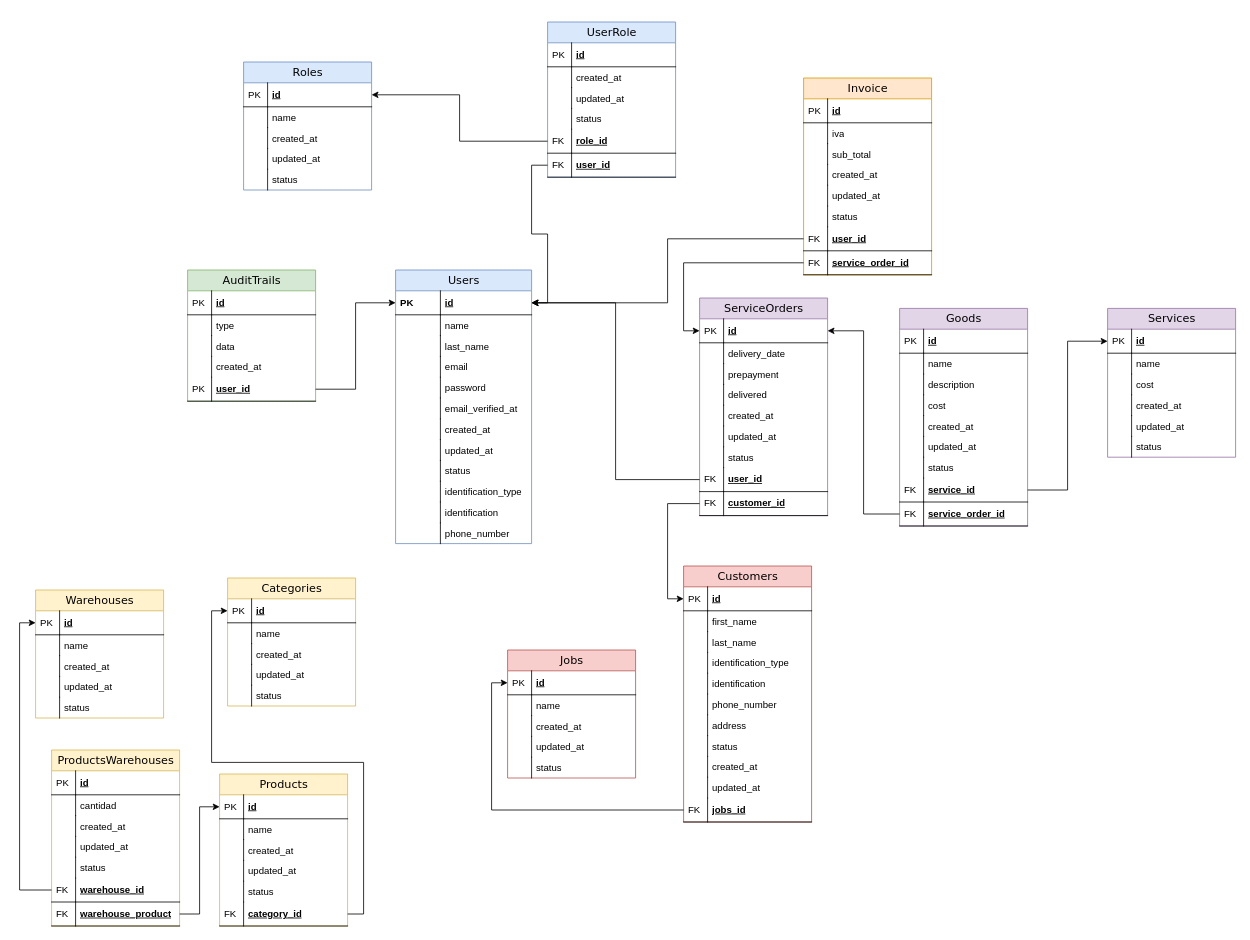
The draw.io diagram doc/diagrams/relational-diagram.drawio in Santym8/clean-lg, before the edit. Source tidied: cells renumbered, new cells numbered last; positions are measured from the earlier drawing's top-left corner, leaving out a move shared by most shapes. Both pictures are drawn from the tidied source at 80%, with x=0, y=0 at pixel (35, 22).
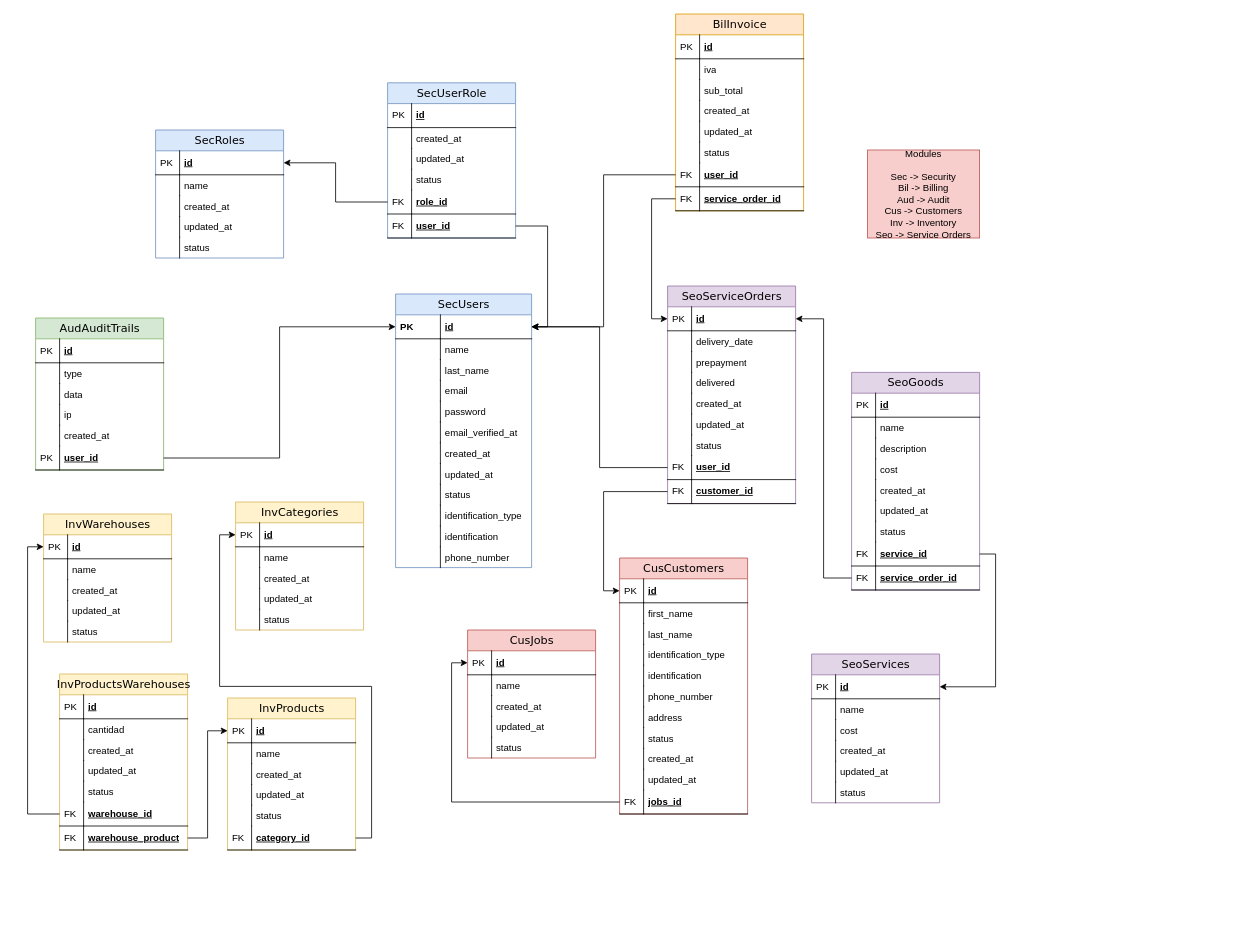
The same page after the edit.

Commit message (it also covers changes not shown here):
Correcion diagrama base de datos

The change refers to these unchanged cells:
```xml
<mxCell id="3" value="id" style="shape=partialRectangle;top=0;left=0;right=0;bottom=1;html=1;align=left;verticalAlign=middle;fillColor=none;spacingLeft=60;spacingRight=4;whiteSpace=wrap;overflow=hidden;points=[[0,0.5],[1,0.5]];portConstraint=eastwest;fontStyle=5;" parent="2" vertex="1">
  <mxGeometry y="26" width="170" height="30" as="geometry" />
</mxCell>
<mxCell id="149" value="user_id" style="shape=partialRectangle;top=0;left=0;right=0;bottom=1;html=1;align=left;verticalAlign=middle;fillColor=none;spacingLeft=34;spacingRight=4;whiteSpace=wrap;overflow=hidden;points=[[0,0.5],[1,0.5]];portConstraint=eastwest;fontStyle=5;" parent="138" vertex="1">
  <mxGeometry y="164" width="160" height="30" as="geometry" />
</mxCell>
<mxCell id="154" value="id" style="shape=partialRectangle;top=0;left=0;right=0;bottom=1;html=1;align=left;verticalAlign=middle;fillColor=none;spacingLeft=34;spacingRight=4;whiteSpace=wrap;overflow=hidden;points=[[0,0.5],[1,0.5]];portConstraint=eastwest;fontStyle=5;" parent="153" vertex="1">
  <mxGeometry y="26" width="160" height="30" as="geometry" />
</mxCell>
<mxCell id="181" value="service_id" style="shape=partialRectangle;top=0;left=0;right=0;bottom=1;html=1;align=left;verticalAlign=middle;fillColor=none;spacingLeft=34;spacingRight=4;whiteSpace=wrap;overflow=hidden;points=[[0,0.5],[1,0.5]];portConstraint=eastwest;fontStyle=5;" parent="166" vertex="1">
  <mxGeometry y="212" width="160" height="30" as="geometry" />
</mxCell>
```

Diff of the diagram source:
```diff
@@
-    <mxCell id="2" value="Users" style="swimlane;html=1;fontStyle=0;horizontal=1;startSize=26;fillColor=#dae8fc;swimlaneFillColor=#ffffff;align=center;rounded=0;shadow=0;comic=0;labelBackgroundColor=none;strokeWidth=1;fontFamily=Verdana;fontSize=14;strokeColor=#6c8ebf;" parent="1" vertex="1">
-      <mxGeometry x="450" y="310" width="170" height="342" as="geometry" />
+    <mxCell id="2" value="SecUsers" style="swimlane;html=1;fontStyle=0;horizontal=1;startSize=26;fillColor=#dae8fc;swimlaneFillColor=#ffffff;align=center;rounded=0;shadow=0;comic=0;labelBackgroundColor=none;strokeWidth=1;fontFamily=Verdana;fontSize=14;strokeColor=#6c8ebf;" parent="1" vertex="1">
+      <mxGeometry x="450" y="340" width="170" height="342" as="geometry" />
     </mxCell>
@@
-    <mxCell id="27" value="Roles" style="swimlane;html=1;fontStyle=0;horizontal=1;startSize=26;fillColor=#dae8fc;swimlaneFillColor=#ffffff;align=center;rounded=0;shadow=0;comic=0;labelBackgroundColor=none;strokeWidth=1;fontFamily=Verdana;fontSize=14;swimlaneLine=1;strokeColor=#6c8ebf;" parent="1" vertex="1">
-      <mxGeometry x="260" y="50" width="160" height="160" as="geometry" />
+    <mxCell id="27" value="SecRoles" style="swimlane;html=1;fontStyle=0;horizontal=1;startSize=26;fillColor=#dae8fc;swimlaneFillColor=#ffffff;align=center;rounded=0;shadow=0;comic=0;labelBackgroundColor=none;strokeWidth=1;fontFamily=Verdana;fontSize=14;swimlaneLine=1;strokeColor=#6c8ebf;" parent="1" vertex="1">
+      <mxGeometry x="150" y="135" width="160" height="160" as="geometry" />
     </mxCell>
@@
-    <mxCell id="38" value="Customers" style="swimlane;html=1;fontStyle=0;horizontal=1;startSize=26;fillColor=#f8cecc;swimlaneFillColor=#ffffff;align=center;rounded=0;shadow=0;comic=0;labelBackgroundColor=none;strokeWidth=1;fontFamily=Verdana;fontSize=14;swimlaneLine=1;strokeColor=#b85450;" parent="1" vertex="1">
-      <mxGeometry x="810" y="680" width="160" height="320" as="geometry" />
+    <mxCell id="38" value="CusCustomers" style="swimlane;html=1;fontStyle=0;horizontal=1;startSize=26;fillColor=#f8cecc;swimlaneFillColor=#ffffff;align=center;rounded=0;shadow=0;comic=0;labelBackgroundColor=none;strokeWidth=1;fontFamily=Verdana;fontSize=14;swimlaneLine=1;strokeColor=#b85450;" parent="1" vertex="1">
+      <mxGeometry x="730" y="670" width="160" height="320" as="geometry" />
     </mxCell>
@@
-    <mxCell id="61" value="Jobs" style="swimlane;html=1;fontStyle=0;horizontal=1;startSize=26;fillColor=#f8cecc;swimlaneFillColor=#ffffff;align=center;rounded=0;shadow=0;comic=0;labelBackgroundColor=none;strokeWidth=1;fontFamily=Verdana;fontSize=14;swimlaneLine=1;strokeColor=#b85450;" parent="1" vertex="1">
-      <mxGeometry x="590" y="785" width="160" height="160" as="geometry" />
+    <mxCell id="61" value="CusJobs" style="swimlane;html=1;fontStyle=0;horizontal=1;startSize=26;fillColor=#f8cecc;swimlaneFillColor=#ffffff;align=center;rounded=0;shadow=0;comic=0;labelBackgroundColor=none;strokeWidth=1;fontFamily=Verdana;fontSize=14;swimlaneLine=1;strokeColor=#b85450;" parent="1" vertex="1">
+      <mxGeometry x="540" y="760" width="160" height="160" as="geometry" />
     </mxCell>
@@
-    <mxCell id="73" value="Warehouses" style="swimlane;html=1;fontStyle=0;horizontal=1;startSize=26;fillColor=#fff2cc;swimlaneFillColor=#ffffff;align=center;rounded=0;shadow=0;comic=0;labelBackgroundColor=none;strokeWidth=1;fontFamily=Verdana;fontSize=14;swimlaneLine=1;strokeColor=#d6b656;" parent="1" vertex="1">
-      <mxGeometry y="710" width="160" height="160" as="geometry" />
+    <mxCell id="73" value="InvWarehouses" style="swimlane;html=1;fontStyle=0;horizontal=1;startSize=26;fillColor=#fff2cc;swimlaneFillColor=#ffffff;align=center;rounded=0;shadow=0;comic=0;labelBackgroundColor=none;strokeWidth=1;fontFamily=Verdana;fontSize=14;swimlaneLine=1;strokeColor=#d6b656;" parent="1" vertex="1">
+      <mxGeometry x="10" y="615" width="160" height="160" as="geometry" />
     </mxCell>
@@
-    <mxCell id="84" value="Products" style="swimlane;html=1;fontStyle=0;horizontal=1;startSize=26;fillColor=#fff2cc;swimlaneFillColor=#ffffff;align=center;rounded=0;shadow=0;comic=0;labelBackgroundColor=none;strokeWidth=1;fontFamily=Verdana;fontSize=14;swimlaneLine=1;strokeColor=#d6b656;" parent="1" vertex="1">
-      <mxGeometry x="230" y="940" width="160" height="190" as="geometry" />
+    <mxCell id="84" value="InvProducts" style="swimlane;html=1;fontStyle=0;horizontal=1;startSize=26;fillColor=#fff2cc;swimlaneFillColor=#ffffff;align=center;rounded=0;shadow=0;comic=0;labelBackgroundColor=none;strokeWidth=1;fontFamily=Verdana;fontSize=14;swimlaneLine=1;strokeColor=#d6b656;" parent="1" vertex="1">
+      <mxGeometry x="240" y="845" width="160" height="190" as="geometry" />
     </mxCell>
@@
-    <mxCell id="97" value="ProductsWarehouses" style="swimlane;html=1;fontStyle=0;horizontal=1;startSize=26;fillColor=#fff2cc;swimlaneFillColor=#ffffff;align=center;rounded=0;shadow=0;comic=0;labelBackgroundColor=none;strokeWidth=1;fontFamily=Verdana;fontSize=14;swimlaneLine=1;strokeColor=#d6b656;" parent="1" vertex="1">
-      <mxGeometry x="20" y="910" width="160" height="220" as="geometry" />
+    <mxCell id="97" value="InvProductsWarehouses" style="swimlane;html=1;fontStyle=0;horizontal=1;startSize=26;fillColor=#fff2cc;swimlaneFillColor=#ffffff;align=center;rounded=0;shadow=0;comic=0;labelBackgroundColor=none;strokeWidth=1;fontFamily=Verdana;fontSize=14;swimlaneLine=1;strokeColor=#d6b656;" parent="1" vertex="1">
+      <mxGeometry x="30" y="815" width="160" height="220" as="geometry" />
     </mxCell>
@@
-    <mxCell id="114" value="Categories" style="swimlane;html=1;fontStyle=0;horizontal=1;startSize=26;fillColor=#fff2cc;swimlaneFillColor=#ffffff;align=center;rounded=0;shadow=0;comic=0;labelBackgroundColor=none;strokeWidth=1;fontFamily=Verdana;fontSize=14;swimlaneLine=1;strokeColor=#d6b656;" parent="1" vertex="1">
-      <mxGeometry x="240" y="695" width="160" height="160" as="geometry" />
+    <mxCell id="114" value="InvCategories" style="swimlane;html=1;fontStyle=0;horizontal=1;startSize=26;fillColor=#fff2cc;swimlaneFillColor=#ffffff;align=center;rounded=0;shadow=0;comic=0;labelBackgroundColor=none;strokeWidth=1;fontFamily=Verdana;fontSize=14;swimlaneLine=1;strokeColor=#d6b656;" parent="1" vertex="1">
+      <mxGeometry x="250" y="600" width="160" height="160" as="geometry" />
     </mxCell>
@@
-    <mxCell id="126" value="AuditTrails" style="swimlane;html=1;fontStyle=0;horizontal=1;startSize=26;fillColor=#d5e8d4;swimlaneFillColor=#ffffff;align=center;rounded=0;shadow=0;comic=0;labelBackgroundColor=none;strokeWidth=1;fontFamily=Verdana;fontSize=14;swimlaneLine=1;strokeColor=#82b366;" parent="1" vertex="1">
-      <mxGeometry x="190" y="310" width="160" height="164" as="geometry" />
+    <mxCell id="126" value="AudAuditTrails" style="swimlane;html=1;fontStyle=0;horizontal=1;startSize=26;fillColor=#d5e8d4;swimlaneFillColor=#ffffff;align=center;rounded=0;shadow=0;comic=0;labelBackgroundColor=none;strokeWidth=1;fontFamily=Verdana;fontSize=14;swimlaneLine=1;strokeColor=#82b366;" parent="1" vertex="1">
+      <mxGeometry y="370" width="160" height="190" as="geometry" />
     </mxCell>
@@
+    <mxCell id="227" value="ip" style="shape=partialRectangle;top=0;left=0;right=0;bottom=0;html=1;align=left;verticalAlign=top;fillColor=none;spacingLeft=34;spacingRight=4;whiteSpace=wrap;overflow=hidden;" parent="126" vertex="1">
+      <mxGeometry y="108" width="160" height="26" as="geometry" />
+    </mxCell>
+    <mxCell id="228" style="shape=partialRectangle;top=0;left=0;bottom=0;html=1;fillColor=none;align=left;verticalAlign=top;spacingLeft=4;spacingRight=4;whiteSpace=wrap;overflow=hidden;" parent="227" vertex="1">
+      <mxGeometry width="30" height="26" as="geometry" />
+    </mxCell>
     <mxCell id="133" value="created_at" style="shape=partialRectangle;top=0;left=0;right=0;bottom=0;html=1;align=left;verticalAlign=top;fillColor=none;spacingLeft=34;spacingRight=4;whiteSpace=wrap;overflow=hidden;" parent="126" vertex="1">
-      <mxGeometry y="108" width="160" height="26" as="geometry" />
+      <mxGeometry y="134" width="160" height="26" as="geometry" />
     </mxCell>
@@
     <mxCell id="135" value="user_id" style="shape=partialRectangle;top=0;left=0;right=0;bottom=1;html=1;align=left;verticalAlign=middle;fillColor=none;spacingLeft=34;spacingRight=4;whiteSpace=wrap;overflow=hidden;points=[[0,0.5],[1,0.5]];portConstraint=eastwest;fontStyle=5;" parent="126" vertex="1">
-      <mxGeometry y="134" width="160" height="30" as="geometry" />
+      <mxGeometry y="160" width="160" height="30" as="geometry" />
     </mxCell>
@@
-    <mxCell id="138" value="UserRole" style="swimlane;html=1;fontStyle=0;horizontal=1;startSize=26;fillColor=#dae8fc;swimlaneFillColor=#ffffff;align=center;rounded=0;shadow=0;comic=0;labelBackgroundColor=none;strokeWidth=1;fontFamily=Verdana;fontSize=14;swimlaneLine=1;strokeColor=#6c8ebf;" parent="1" vertex="1">
-      <mxGeometry x="640" width="160" height="194" as="geometry" />
+    <mxCell id="138" value="SecUserRole" style="swimlane;html=1;fontStyle=0;horizontal=1;startSize=26;fillColor=#dae8fc;swimlaneFillColor=#ffffff;align=center;rounded=0;shadow=0;comic=0;labelBackgroundColor=none;strokeWidth=1;fontFamily=Verdana;fontSize=14;swimlaneLine=1;strokeColor=#6c8ebf;" parent="1" vertex="1">
+      <mxGeometry x="440" y="76" width="160" height="194" as="geometry" />
     </mxCell>
@@
-    <mxCell id="151" style="edgeStyle=orthogonalEdgeStyle;rounded=0;jettySize=auto;html=1;exitX=0;exitY=0.5;exitDx=0;exitDy=0;entryX=1;entryY=0.5;entryDx=0;entryDy=0;" parent="1" edge="1" source="149" target="3">
+    <mxCell id="151" style="edgeStyle=orthogonalEdgeStyle;rounded=0;jettySize=auto;html=1;exitX=1;exitY=0.5;exitDx=0;exitDy=0;entryX=1;entryY=0.5;entryDx=0;entryDy=0;" parent="1" edge="1" source="149" target="3">
       <mxGeometry relative="1" as="geometry" />
     </mxCell>
@@
-    <mxCell id="153" value="Services" style="swimlane;html=1;fontStyle=0;horizontal=1;startSize=26;fillColor=#e1d5e7;swimlaneFillColor=#ffffff;align=center;rounded=0;shadow=0;comic=0;labelBackgroundColor=none;strokeWidth=1;fontFamily=Verdana;fontSize=14;swimlaneLine=1;strokeColor=#9673a6;" parent="1" vertex="1">
-      <mxGeometry x="1340" y="358" width="160" height="186" as="geometry" />
+    <mxCell id="153" value="SeoServices" style="swimlane;html=1;fontStyle=0;horizontal=1;startSize=26;fillColor=#e1d5e7;swimlaneFillColor=#ffffff;align=center;rounded=0;shadow=0;comic=0;labelBackgroundColor=none;strokeWidth=1;fontFamily=Verdana;fontSize=14;swimlaneLine=1;strokeColor=#9673a6;" parent="1" vertex="1">
+      <mxGeometry x="970" y="790" width="160" height="186" as="geometry" />
     </mxCell>
@@
-    <mxCell id="166" value="Goods" style="swimlane;html=1;fontStyle=0;horizontal=1;startSize=26;fillColor=#e1d5e7;swimlaneFillColor=#ffffff;align=center;rounded=0;shadow=0;comic=0;labelBackgroundColor=none;strokeWidth=1;fontFamily=Verdana;fontSize=14;swimlaneLine=1;strokeColor=#9673a6;" parent="1" vertex="1">
-      <mxGeometry x="1080" y="358" width="160" height="272" as="geometry" />
+    <mxCell id="166" value="SeoGoods" style="swimlane;html=1;fontStyle=0;horizontal=1;startSize=26;fillColor=#e1d5e7;swimlaneFillColor=#ffffff;align=center;rounded=0;shadow=0;comic=0;labelBackgroundColor=none;strokeWidth=1;fontFamily=Verdana;fontSize=14;swimlaneLine=1;strokeColor=#9673a6;" parent="1" vertex="1">
+      <mxGeometry x="1020" y="438" width="160" height="272" as="geometry" />
     </mxCell>
@@
-    <mxCell id="185" style="edgeStyle=orthogonalEdgeStyle;rounded=0;jettySize=auto;html=1;exitX=1;exitY=0.5;exitDx=0;exitDy=0;entryX=0;entryY=0.5;entryDx=0;entryDy=0;" parent="1" edge="1" source="181" target="154">
+    <mxCell id="185" style="edgeStyle=orthogonalEdgeStyle;rounded=0;jettySize=auto;html=1;exitX=1;exitY=0.5;exitDx=0;exitDy=0;entryX=1;entryY=0.5;entryDx=0;entryDy=0;" parent="1" edge="1" source="181" target="154">
       <mxGeometry relative="1" as="geometry" />
     </mxCell>
-    <mxCell id="186" value="ServiceOrders" style="swimlane;html=1;fontStyle=0;horizontal=1;startSize=26;fillColor=#e1d5e7;swimlaneFillColor=#ffffff;align=center;rounded=0;shadow=0;comic=0;labelBackgroundColor=none;strokeWidth=1;fontFamily=Verdana;fontSize=14;swimlaneLine=1;strokeColor=#9673a6;" parent="1" vertex="1">
-      <mxGeometry x="830" y="345" width="160" height="272" as="geometry" />
+    <mxCell id="186" value="SeoServiceOrders" style="swimlane;html=1;fontStyle=0;horizontal=1;startSize=26;fillColor=#e1d5e7;swimlaneFillColor=#ffffff;align=center;rounded=0;shadow=0;comic=0;labelBackgroundColor=none;strokeWidth=1;fontFamily=Verdana;fontSize=14;swimlaneLine=1;strokeColor=#9673a6;" parent="1" vertex="1">
+      <mxGeometry x="790" y="330" width="160" height="272" as="geometry" />
     </mxCell>
@@
-    <mxCell id="208" value="Invoice" style="swimlane;html=1;fontStyle=0;horizontal=1;startSize=26;fillColor=#ffe6cc;swimlaneFillColor=#ffffff;align=center;rounded=0;shadow=0;comic=0;labelBackgroundColor=none;strokeWidth=1;fontFamily=Verdana;fontSize=14;swimlaneLine=1;strokeColor=#d79b00;" parent="1" vertex="1">
-      <mxGeometry x="960" y="70" width="160" height="246" as="geometry" />
+    <mxCell id="208" value="BilInvoice" style="swimlane;html=1;fontStyle=0;horizontal=1;startSize=26;fillColor=#ffe6cc;swimlaneFillColor=#ffffff;align=center;rounded=0;shadow=0;comic=0;labelBackgroundColor=none;strokeWidth=1;fontFamily=Verdana;fontSize=14;swimlaneLine=1;strokeColor=#d79b00;" parent="1" vertex="1">
+      <mxGeometry x="800" y="-10" width="160" height="246" as="geometry" />
     </mxCell>
@@
+    <mxCell id="229" value="Modules&lt;br&gt;&lt;br&gt;Sec -&amp;gt; Security&lt;br&gt;Bil -&amp;gt; Billing&lt;br&gt;Aud -&amp;gt; Audit&lt;br&gt;Cus -&amp;gt; Customers&lt;br&gt;Inv -&amp;gt; Inventory&lt;br&gt;Seo -&amp;gt; Service Orders" style="rounded=0;whiteSpace=wrap;html=1;fillColor=#f8cecc;strokeColor=#b85450;" parent="1" vertex="1">
+      <mxGeometry x="1040" y="160" width="140" height="110" as="geometry" />
+    </mxCell>
```
